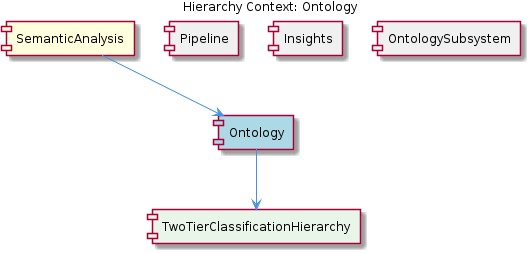
Before: knowledge-management/insights/images/ontology-relationship.png, a diagram exported from PlantUML (fwornle/coding). Its source is kept beside it as .data/knowledge-graph/insights/puml/ontology-relationship.puml. Its diagram source:
```plantuml
@startuml
!include _standard-style.puml

title Hierarchy Context: Ontology

[SemanticAnalysis] as semantic_analysis #FFFFDD
[Ontology] as ontology #LightBlue
[Pipeline] as pipeline #F0F0F0
[Insights] as insights #F0F0F0
[OntologySubsystem] as ontology_subsystem #F0F0F0
[TwoTierClassificationHierarchy] as two_tier_classification_hierarchy #E8F5E8

semantic_analysis --> ontology
pipeline -[hidden]- ontology
insights -[hidden]- ontology
ontology_subsystem -[hidden]- ontology
ontology --> two_tier_classification_hierarchy

@enduml
```
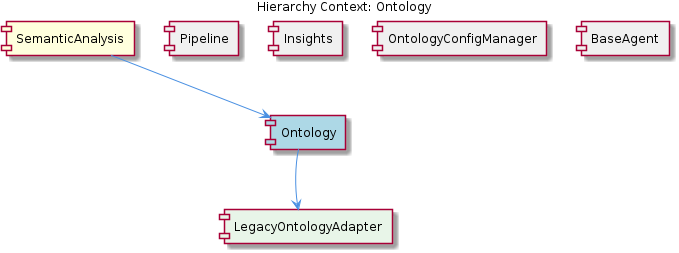
After the change.

The edit, as a diff of the source:
```diff
@@ -7,13 +7,17 @@
 [Ontology] as ontology #LightBlue
 [Pipeline] as pipeline #F0F0F0
 [Insights] as insights #F0F0F0
-[OntologySubsystem] as ontology_subsystem #F0F0F0
-[TwoTierClassificationHierarchy] as two_tier_classification_hierarchy #E8F5E8
+[OntologyConfigManager] as ontology_config_manager #F0F0F0
+[LegacyOntologyAdapter] as legacy_ontology_adapter #F0F0F0
+[BaseAgent] as base_agent #F0F0F0
+[LegacyOntologyAdapter] as legacy_ontology_adapter #E8F5E8
 
 semantic_analysis --> ontology
 pipeline -[hidden]- ontology
 insights -[hidden]- ontology
-ontology_subsystem -[hidden]- ontology
-ontology --> two_tier_classification_hierarchy
+ontology_config_manager -[hidden]- ontology
+legacy_ontology_adapter -[hidden]- ontology
+base_agent -[hidden]- ontology
+ontology --> legacy_ontology_adapter
 
 @enduml
```
